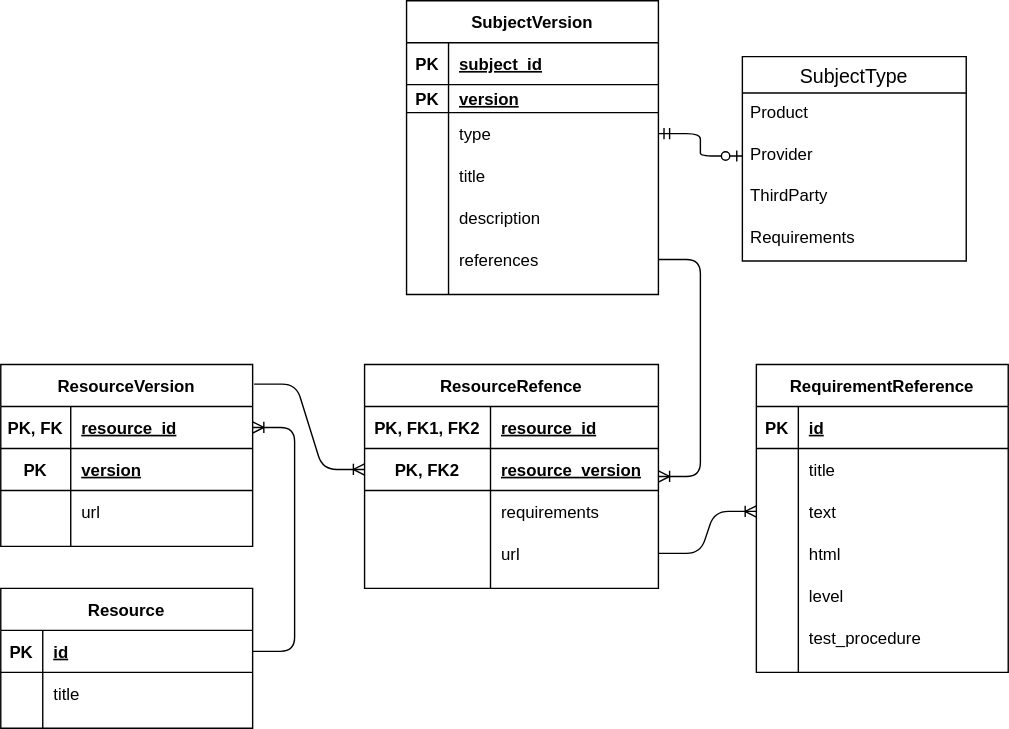
Before: draw.io/DBModell.svg, a diagram exported from draw.io (spilikin/spegg). Source tidied: cells renumbered, new cells last; positions are measured from the earlier drawing's top-left corner, leaving out a move shared by most shapes.
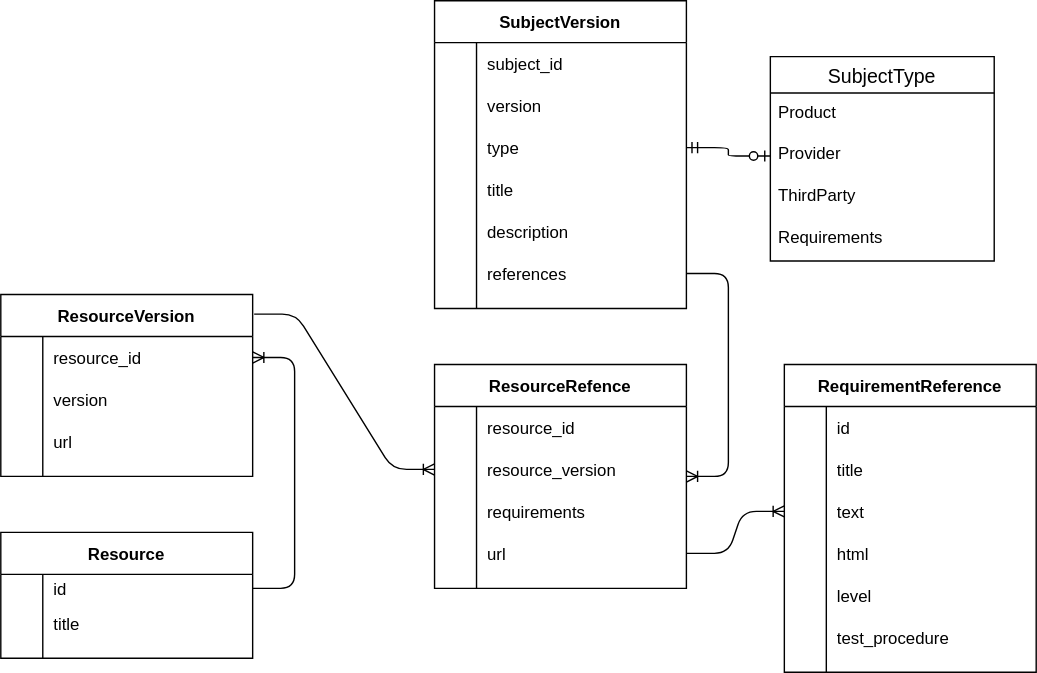
Later version of the same file.

Change to the diagram source:
```diff
@@ -3,28 +3,28 @@
     <mxCell id="0" />
     <mxCell id="1" parent="0" />
     <mxCell id="2" value="SubjectVersion" style="shape=table;startSize=30;rowLines=0;fontStyle=1;align=center;" parent="1" vertex="1">
-      <mxGeometry x="290" width="180" height="210" as="geometry" />
+      <mxGeometry x="290" width="180" height="220" as="geometry" />
     </mxCell>
-    <mxCell id="3" style="shape=partialRectangle;fillColor=none;top=0;left=0;right=0;bottom=1;" parent="2" vertex="1">
-      <mxGeometry y="30" width="180" height="30" as="geometry" />
-    </mxCell>
-    <mxCell id="4" value="PK" style="shape=partialRectangle;overflow=hidden;fillColor=none;top=0;left=0;bottom=0;right=0;fontStyle=1;" parent="3" vertex="1">
-      <mxGeometry width="30" height="30" as="geometry" />
-    </mxCell>
+    <mxCell id="80" style="shape=partialRectangle;fillColor=none;top=0;left=0;right=0;bottom=0;" parent="2" vertex="1">
+      <mxGeometry y="30" width="180" height="30" as="geometry" />
+    </mxCell>
+    <mxCell id="81" style="shape=partialRectangle;overflow=hidden;fillColor=none;top=0;left=0;bottom=0;right=0;" parent="80" vertex="1">
+      <mxGeometry width="30" height="30" as="geometry" />
+    </mxCell>
-    <mxCell id="5" value="subject_id" style="shape=partialRectangle;overflow=hidden;fillColor=none;top=0;left=0;bottom=0;right=0;align=left;spacingLeft=6;fontStyle=5;" parent="3" vertex="1">
+    <mxCell id="5" value="subject_id" style="shape=partialRectangle;overflow=hidden;fillColor=none;top=0;left=0;bottom=0;right=0;align=left;spacingLeft=6;" parent="80" vertex="1">
       <mxGeometry x="30" width="150" height="30" as="geometry" />
     </mxCell>
-    <mxCell id="6" style="shape=partialRectangle;fillColor=none;top=0;left=0;right=0;bottom=1;" parent="2" vertex="1">
-      <mxGeometry y="60" width="180" height="20" as="geometry" />
-    </mxCell>
-    <mxCell id="7" value="PK" style="shape=partialRectangle;overflow=hidden;fillColor=none;top=0;left=0;bottom=0;right=0;fontStyle=1;" parent="6" vertex="1">
-      <mxGeometry width="30" height="20" as="geometry" />
-    </mxCell>
-    <mxCell id="8" value="version" style="shape=partialRectangle;overflow=hidden;fillColor=none;top=0;left=0;bottom=0;right=0;align=left;spacingLeft=6;fontStyle=5;" parent="6" vertex="1">
-      <mxGeometry x="30" width="150" height="20" as="geometry" />
-    </mxCell>
+    <mxCell id="82" style="shape=partialRectangle;fillColor=none;top=0;left=0;right=0;bottom=0;" parent="2" vertex="1">
+      <mxGeometry y="60" width="180" height="30" as="geometry" />
+    </mxCell>
+    <mxCell id="83" style="shape=partialRectangle;overflow=hidden;fillColor=none;top=0;left=0;bottom=0;right=0;" parent="82" vertex="1">
+      <mxGeometry width="30" height="30" as="geometry" />
+    </mxCell>
+    <mxCell id="84" value="version" style="shape=partialRectangle;overflow=hidden;fillColor=none;top=0;left=0;bottom=0;right=0;align=left;spacingLeft=6;" parent="82" vertex="1">
+      <mxGeometry x="30" width="150" height="30" as="geometry" />
+    </mxCell>
     <mxCell id="9" style="shape=partialRectangle;fillColor=none;points=[[0,0.5],[1,0.5]];portConstraint=eastwest;top=0;left=0;right=0;bottom=0;" parent="2" vertex="1">
-      <mxGeometry y="80" width="180" height="30" as="geometry" />
+      <mxGeometry y="90" width="180" height="30" as="geometry" />
     </mxCell>
     <mxCell id="10" style="shape=partialRectangle;overflow=hidden;fillColor=none;top=0;left=0;bottom=0;right=0;" parent="9" vertex="1">
       <mxGeometry width="30" height="30" as="geometry" />
@@ -33,7 +33,7 @@
       <mxGeometry x="30" width="150" height="30" as="geometry" />
     </mxCell>
     <mxCell id="12" style="shape=partialRectangle;fillColor=none;top=0;left=0;right=0;bottom=0;" parent="2" vertex="1">
-      <mxGeometry y="110" width="180" height="30" as="geometry" />
+      <mxGeometry y="120" width="180" height="30" as="geometry" />
     </mxCell>
     <mxCell id="13" style="shape=partialRectangle;overflow=hidden;fillColor=none;top=0;left=0;bottom=0;right=0;" parent="12" vertex="1">
       <mxGeometry width="30" height="30" as="geometry" />
@@ -42,7 +42,7 @@
       <mxGeometry x="30" width="150" height="30" as="geometry" />
     </mxCell>
     <mxCell id="15" style="shape=partialRectangle;fillColor=none;top=0;left=0;right=0;bottom=0;" parent="2" vertex="1">
-      <mxGeometry y="140" width="180" height="30" as="geometry" />
+      <mxGeometry y="150" width="180" height="30" as="geometry" />
     </mxCell>
     <mxCell id="16" style="shape=partialRectangle;overflow=hidden;fillColor=none;top=0;left=0;bottom=0;right=0;" parent="15" vertex="1">
       <mxGeometry width="30" height="30" as="geometry" />
@@ -51,7 +51,7 @@
       <mxGeometry x="30" width="150" height="30" as="geometry" />
     </mxCell>
     <mxCell id="18" style="shape=partialRectangle;fillColor=none;points=[[0,0.5],[1,0.5]];portConstraint=eastwest;top=0;left=0;right=0;bottom=0;" parent="2" vertex="1">
-      <mxGeometry y="170" width="180" height="30" as="geometry" />
+      <mxGeometry y="180" width="180" height="30" as="geometry" />
     </mxCell>
     <mxCell id="19" style="shape=partialRectangle;overflow=hidden;fillColor=none;top=0;left=0;bottom=0;right=0;" parent="18" vertex="1">
       <mxGeometry width="30" height="30" as="geometry" />
@@ -81,74 +81,74 @@
       <mxGeometry relative="1" as="geometry" />
     </mxCell>
     <mxCell id="28" value="ResourceRefence" style="shape=table;startSize=30;rowLines=0;fontStyle=1;align=center;" parent="1" vertex="1">
-      <mxGeometry x="260" y="260" width="210" height="160" as="geometry" />
+      <mxGeometry x="290" y="260" width="180" height="160" as="geometry" />
     </mxCell>
-    <mxCell id="29" style="shape=partialRectangle;fillColor=none;top=0;left=0;bottom=1;right=0;" parent="28" vertex="1">
-      <mxGeometry y="30" width="210" height="30" as="geometry" />
-    </mxCell>
-    <mxCell id="30" value="PK, FK1, FK2" style="shape=partialRectangle;fillColor=none;top=0;left=0;bottom=0;right=0;fontStyle=1;overflow=hidden;" parent="29" vertex="1">
-      <mxGeometry width="90" height="30" as="geometry" />
-    </mxCell>
-    <mxCell id="31" value="resource_id" style="shape=partialRectangle;fillColor=none;top=0;left=0;bottom=0;right=0;align=left;spacingLeft=6;fontStyle=5;overflow=hidden;" parent="29" vertex="1">
-      <mxGeometry x="90" width="120" height="30" as="geometry" />
-    </mxCell>
-    <mxCell id="32" style="shape=partialRectangle;fillColor=none;top=0;left=0;bottom=1;right=0;points=[[0,0.5],[1,0.5]];portConstraint=eastwest;" parent="28" vertex="1">
-      <mxGeometry y="60" width="210" height="30" as="geometry" />
-    </mxCell>
-    <mxCell id="33" value="PK, FK2" style="shape=partialRectangle;fillColor=none;top=0;left=0;bottom=0;right=0;fontStyle=1;overflow=hidden;" parent="32" vertex="1">
-      <mxGeometry width="90" height="30" as="geometry" />
-    </mxCell>
+    <mxCell id="85" style="shape=partialRectangle;fillColor=none;top=0;left=0;bottom=0;right=0;" parent="28" vertex="1">
+      <mxGeometry y="30" width="180" height="30" as="geometry" />
+    </mxCell>
+    <mxCell id="86" style="shape=partialRectangle;fillColor=none;top=0;left=0;bottom=0;right=0;overflow=hidden;" parent="85" vertex="1">
+      <mxGeometry width="30" height="30" as="geometry" />
+    </mxCell>
+    <mxCell id="87" value="resource_id" style="shape=partialRectangle;fillColor=none;top=0;left=0;bottom=0;right=0;align=left;spacingLeft=6;overflow=hidden;" parent="85" vertex="1">
+      <mxGeometry x="30" width="150" height="30" as="geometry" />
+    </mxCell>
+    <mxCell id="88" style="shape=partialRectangle;fillColor=none;top=0;left=0;bottom=0;right=0;points=[[0,0.5],[1,0.5]];portConstraint=eastwest;" parent="28" vertex="1">
+      <mxGeometry y="60" width="180" height="30" as="geometry" />
+    </mxCell>
+    <mxCell id="89" style="shape=partialRectangle;fillColor=none;top=0;left=0;bottom=0;right=0;overflow=hidden;" parent="88" vertex="1">
+      <mxGeometry width="30" height="30" as="geometry" />
+    </mxCell>
-    <mxCell id="34" value="resource_version" style="shape=partialRectangle;fillColor=none;top=0;left=0;bottom=0;right=0;align=left;spacingLeft=6;fontStyle=5;overflow=hidden;" parent="32" vertex="1">
-      <mxGeometry x="90" width="120" height="30" as="geometry" />
+    <mxCell id="34" value="resource_version" style="shape=partialRectangle;fillColor=none;top=0;left=0;bottom=0;right=0;align=left;spacingLeft=6;overflow=hidden;" parent="88" vertex="1">
+      <mxGeometry x="30" width="150" height="30" as="geometry" />
     </mxCell>
     <mxCell id="35" style="shape=partialRectangle;fillColor=none;top=0;left=0;bottom=0;right=0;" parent="28" vertex="1">
-      <mxGeometry y="90" width="210" height="30" as="geometry" />
+      <mxGeometry y="90" width="180" height="30" as="geometry" />
     </mxCell>
     <mxCell id="36" style="shape=partialRectangle;fillColor=none;top=0;left=0;bottom=0;right=0;overflow=hidden;" parent="35" vertex="1">
-      <mxGeometry width="90" height="30" as="geometry" />
+      <mxGeometry width="30" height="30" as="geometry" />
     </mxCell>
     <mxCell id="37" value="requirements" style="shape=partialRectangle;fillColor=none;top=0;left=0;bottom=0;right=0;align=left;spacingLeft=6;overflow=hidden;" parent="35" vertex="1">
-      <mxGeometry x="90" width="120" height="30" as="geometry" />
+      <mxGeometry x="30" width="150" height="30" as="geometry" />
     </mxCell>
     <mxCell id="38" style="shape=partialRectangle;fillColor=none;top=0;left=0;bottom=0;right=0;points=[[0,0.5],[1,0.5]];portConstraint=eastwest;" parent="28" vertex="1">
-      <mxGeometry y="120" width="210" height="30" as="geometry" />
+      <mxGeometry y="120" width="180" height="30" as="geometry" />
     </mxCell>
     <mxCell id="39" style="shape=partialRectangle;fillColor=none;top=0;left=0;bottom=0;right=0;overflow=hidden;" parent="38" vertex="1">
-      <mxGeometry width="90" height="30" as="geometry" />
+      <mxGeometry width="30" height="30" as="geometry" />
     </mxCell>
     <mxCell id="40" value="url" style="shape=partialRectangle;fillColor=none;top=0;left=0;bottom=0;right=0;align=left;spacingLeft=6;overflow=hidden;" parent="38" vertex="1">
-      <mxGeometry x="90" width="120" height="30" as="geometry" />
+      <mxGeometry x="30" width="150" height="30" as="geometry" />
     </mxCell>
     <mxCell id="41" style="edgeStyle=entityRelationEdgeStyle;fontSize=12;html=1;endArrow=ERoneToMany;exitX=1;exitY=0.5;exitDx=0;exitDy=0;entryX=0;entryY=0.5;entryDx=0;entryDy=0;" parent="1" edge="1" source="38" target="51">
       <mxGeometry relative="1" as="geometry" />
     </mxCell>
-    <mxCell id="42" style="edgeStyle=entityRelationEdgeStyle;fontSize=12;html=1;endArrow=ERoneToMany;exitX=1.006;exitY=0.108;exitDx=0;exitDy=0;entryX=0;entryY=0.5;entryDx=0;entryDy=0;exitPerimeter=0;" parent="1" edge="1" source="63" target="32">
+    <mxCell id="42" style="edgeStyle=entityRelationEdgeStyle;fontSize=12;html=1;endArrow=ERoneToMany;exitX=1.006;exitY=0.108;exitDx=0;exitDy=0;entryX=0;entryY=0.5;entryDx=0;entryDy=0;exitPerimeter=0;" parent="1" edge="1" source="63" target="88">
       <mxGeometry relative="1" as="geometry" />
     </mxCell>
-    <mxCell id="43" style="edgeStyle=entityRelationEdgeStyle;fontSize=12;html=1;endArrow=ERoneToMany;exitX=1;exitY=0.5;exitDx=0;exitDy=0;" parent="1" edge="1" source="74" target="64">
+    <mxCell id="43" style="edgeStyle=entityRelationEdgeStyle;fontSize=12;html=1;endArrow=ERoneToMany;entryX=1;entryY=0.5;entryDx=0;entryDy=0;exitX=1;exitY=0.5;exitDx=0;exitDy=0;" parent="1" edge="1" source="100" target="93">
       <mxGeometry relative="1" as="geometry" />
     </mxCell>
     <mxCell id="44" value="RequirementReference" style="shape=table;startSize=30;rowLines=0;fontStyle=1;align=center;" parent="1" vertex="1">
       <mxGeometry x="540" y="260" width="180" height="220" as="geometry" />
     </mxCell>
-    <mxCell id="45" style="shape=partialRectangle;fillColor=none;top=0;left=0;bottom=1;right=0;" parent="44" vertex="1">
-      <mxGeometry y="30" width="180" height="30" as="geometry" />
-    </mxCell>
-    <mxCell id="46" value="PK" style="shape=partialRectangle;fillColor=none;top=0;left=0;bottom=0;right=0;fontStyle=1;overflow=hidden;" parent="45" vertex="1">
-      <mxGeometry width="30" height="30" as="geometry" />
-    </mxCell>
-    <mxCell id="47" value="id" style="shape=partialRectangle;fillColor=none;top=0;left=0;bottom=0;right=0;align=left;spacingLeft=6;fontStyle=5;overflow=hidden;" parent="45" vertex="1">
-      <mxGeometry x="30" width="150" height="30" as="geometry" />
-    </mxCell>
     <mxCell id="48" style="shape=partialRectangle;fillColor=none;top=0;left=0;bottom=0;right=0;" parent="44" vertex="1">
-      <mxGeometry y="60" width="180" height="30" as="geometry" />
+      <mxGeometry y="30" width="180" height="30" as="geometry" />
     </mxCell>
     <mxCell id="49" style="shape=partialRectangle;fillColor=none;top=0;left=0;bottom=0;right=0;overflow=hidden;" parent="48" vertex="1">
       <mxGeometry width="30" height="30" as="geometry" />
     </mxCell>
-    <mxCell id="50" value="title" style="shape=partialRectangle;fillColor=none;top=0;left=0;bottom=0;right=0;align=left;spacingLeft=6;overflow=hidden;" parent="48" vertex="1">
+    <mxCell id="50" value="id" style="shape=partialRectangle;fillColor=none;top=0;left=0;bottom=0;right=0;align=left;spacingLeft=6;overflow=hidden;" parent="48" vertex="1">
       <mxGeometry x="30" width="150" height="30" as="geometry" />
     </mxCell>
+    <mxCell id="90" style="shape=partialRectangle;fillColor=none;top=0;left=0;bottom=0;right=0;" parent="44" vertex="1">
+      <mxGeometry y="60" width="180" height="30" as="geometry" />
+    </mxCell>
+    <mxCell id="91" style="shape=partialRectangle;fillColor=none;top=0;left=0;bottom=0;right=0;overflow=hidden;" parent="90" vertex="1">
+      <mxGeometry width="30" height="30" as="geometry" />
+    </mxCell>
+    <mxCell id="92" value="title" style="shape=partialRectangle;fillColor=none;top=0;left=0;bottom=0;right=0;align=left;spacingLeft=6;overflow=hidden;" parent="90" vertex="1">
+      <mxGeometry x="30" width="150" height="30" as="geometry" />
+    </mxCell>
     <mxCell id="51" style="shape=partialRectangle;fillColor=none;top=0;left=0;bottom=0;right=0;points=[[0,0.5],[1,0.5]];portConstraint=eastwest;" parent="44" vertex="1">
       <mxGeometry y="90" width="180" height="30" as="geometry" />
     </mxCell>
@@ -186,49 +186,49 @@
       <mxGeometry x="30" width="150" height="30" as="geometry" />
     </mxCell>
     <mxCell id="63" value="ResourceVersion" style="shape=table;startSize=30;rowLines=0;fontStyle=1;align=center;" parent="1" vertex="1">
-      <mxGeometry y="260" width="180" height="130" as="geometry" />
+      <mxGeometry x="-20" y="210" width="180" height="130" as="geometry" />
     </mxCell>
-    <mxCell id="64" style="shape=partialRectangle;fillColor=none;top=0;left=0;bottom=1;right=0;points=[[0,0.5],[1,0.5]];portConstraint=eastwest;" parent="63" vertex="1">
-      <mxGeometry y="30" width="180" height="30" as="geometry" />
-    </mxCell>
-    <mxCell id="65" value="PK, FK" style="shape=partialRectangle;fillColor=none;top=0;left=0;bottom=0;right=0;fontStyle=1;overflow=hidden;" parent="64" vertex="1">
-      <mxGeometry width="50" height="30" as="geometry" />
-    </mxCell>
-    <mxCell id="66" value="resource_id" style="shape=partialRectangle;fillColor=none;top=0;left=0;bottom=0;right=0;align=left;spacingLeft=6;fontStyle=5;overflow=hidden;" parent="64" vertex="1">
-      <mxGeometry x="50" width="130" height="30" as="geometry" />
-    </mxCell>
-    <mxCell id="67" style="shape=partialRectangle;fillColor=none;top=0;left=0;bottom=1;right=0;" parent="63" vertex="1">
-      <mxGeometry y="60" width="180" height="30" as="geometry" />
-    </mxCell>
-    <mxCell id="68" value="PK" style="shape=partialRectangle;fillColor=none;top=0;left=0;bottom=0;right=0;fontStyle=1;overflow=hidden;" parent="67" vertex="1">
-      <mxGeometry width="50" height="30" as="geometry" />
-    </mxCell>
-    <mxCell id="69" value="version" style="shape=partialRectangle;fillColor=none;top=0;left=0;bottom=0;right=0;align=left;spacingLeft=6;fontStyle=5;overflow=hidden;" parent="67" vertex="1">
-      <mxGeometry x="50" width="130" height="30" as="geometry" />
-    </mxCell>
+    <mxCell id="93" style="shape=partialRectangle;fillColor=none;top=0;left=0;bottom=0;right=0;points=[[0,0.5],[1,0.5]];portConstraint=eastwest;" parent="63" vertex="1">
+      <mxGeometry y="30" width="180" height="30" as="geometry" />
+    </mxCell>
+    <mxCell id="94" style="shape=partialRectangle;fillColor=none;top=0;left=0;bottom=0;right=0;overflow=hidden;" parent="93" vertex="1">
+      <mxGeometry width="30" height="30" as="geometry" />
+    </mxCell>
+    <mxCell id="95" value="resource_id" style="shape=partialRectangle;fillColor=none;top=0;left=0;bottom=0;right=0;align=left;spacingLeft=6;overflow=hidden;" parent="93" vertex="1">
+      <mxGeometry x="30" width="150" height="30" as="geometry" />
+    </mxCell>
+    <mxCell id="96" style="shape=partialRectangle;fillColor=none;top=0;left=0;bottom=0;right=0;" parent="63" vertex="1">
+      <mxGeometry y="60" width="180" height="30" as="geometry" />
+    </mxCell>
+    <mxCell id="97" style="shape=partialRectangle;fillColor=none;top=0;left=0;bottom=0;right=0;overflow=hidden;" parent="96" vertex="1">
+      <mxGeometry width="30" height="30" as="geometry" />
+    </mxCell>
+    <mxCell id="98" value="version" style="shape=partialRectangle;fillColor=none;top=0;left=0;bottom=0;right=0;align=left;spacingLeft=6;overflow=hidden;" parent="96" vertex="1">
+      <mxGeometry x="30" width="150" height="30" as="geometry" />
+    </mxCell>
     <mxCell id="70" style="shape=partialRectangle;fillColor=none;top=0;left=0;bottom=0;right=0;" parent="63" vertex="1">
       <mxGeometry y="90" width="180" height="30" as="geometry" />
     </mxCell>
-    <mxCell id="71" style="shape=partialRectangle;fillColor=none;top=0;left=0;bottom=0;right=0;overflow=hidden;" parent="70" vertex="1">
-      <mxGeometry width="50" height="30" as="geometry" />
-    </mxCell>
+    <mxCell id="99" style="shape=partialRectangle;fillColor=none;top=0;left=0;bottom=0;right=0;overflow=hidden;" parent="70" vertex="1">
+      <mxGeometry width="30" height="30" as="geometry" />
+    </mxCell>
     <mxCell id="72" value="url" style="shape=partialRectangle;fillColor=none;top=0;left=0;bottom=0;right=0;align=left;spacingLeft=6;overflow=hidden;" parent="70" vertex="1">
-      <mxGeometry x="50" width="130" height="30" as="geometry" />
+      <mxGeometry x="30" width="150" height="30" as="geometry" />
     </mxCell>
     <mxCell id="73" value="Resource" style="shape=table;startSize=30;rowLines=0;fontStyle=1;align=center;" parent="1" vertex="1">
-      <mxGeometry y="420" width="180" height="100" as="geometry" />
+      <mxGeometry x="-20" y="380" width="180" height="90" as="geometry" />
     </mxCell>
-    <mxCell id="74" style="shape=partialRectangle;fillColor=none;top=0;left=0;bottom=1;right=0;points=[[0,0.5],[1,0.5]];portConstraint=eastwest;" parent="73" vertex="1">
-      <mxGeometry y="30" width="180" height="30" as="geometry" />
-    </mxCell>
-    <mxCell id="75" value="PK" style="shape=partialRectangle;fillColor=none;top=0;left=0;bottom=0;right=0;fontStyle=1;overflow=hidden;" parent="74" vertex="1">
-      <mxGeometry width="30" height="30" as="geometry" />
-    </mxCell>
-    <mxCell id="76" value="id" style="shape=partialRectangle;fillColor=none;top=0;left=0;bottom=0;right=0;align=left;spacingLeft=6;fontStyle=5;overflow=hidden;" parent="74" vertex="1">
-      <mxGeometry x="30" width="150" height="30" as="geometry" />
-    </mxCell>
+    <mxCell id="100" style="shape=partialRectangle;fillColor=none;top=0;left=0;bottom=0;right=0;points=[[0,0.5],[1,0.5]];portConstraint=eastwest;" parent="73" vertex="1">
+      <mxGeometry y="30" width="180" height="20" as="geometry" />
+    </mxCell>
+    <mxCell id="101" style="shape=partialRectangle;fillColor=none;top=0;left=0;bottom=0;right=0;overflow=hidden;" parent="100" vertex="1">
+      <mxGeometry width="30" height="20" as="geometry" />
+    </mxCell>
+    <mxCell id="102" value="id" style="shape=partialRectangle;fillColor=none;top=0;left=0;bottom=0;right=0;align=left;spacingLeft=6;overflow=hidden;" parent="100" vertex="1">
+      <mxGeometry x="30" width="150" height="20" as="geometry" />
+    </mxCell>
     <mxCell id="77" style="shape=partialRectangle;fillColor=none;top=0;left=0;bottom=0;right=0;" parent="73" vertex="1">
-      <mxGeometry y="60" width="180" height="30" as="geometry" />
+      <mxGeometry y="50" width="180" height="30" as="geometry" />
     </mxCell>
     <mxCell id="78" style="shape=partialRectangle;fillColor=none;top=0;left=0;bottom=0;right=0;overflow=hidden;" parent="77" vertex="1">
       <mxGeometry width="30" height="30" as="geometry" />
```
